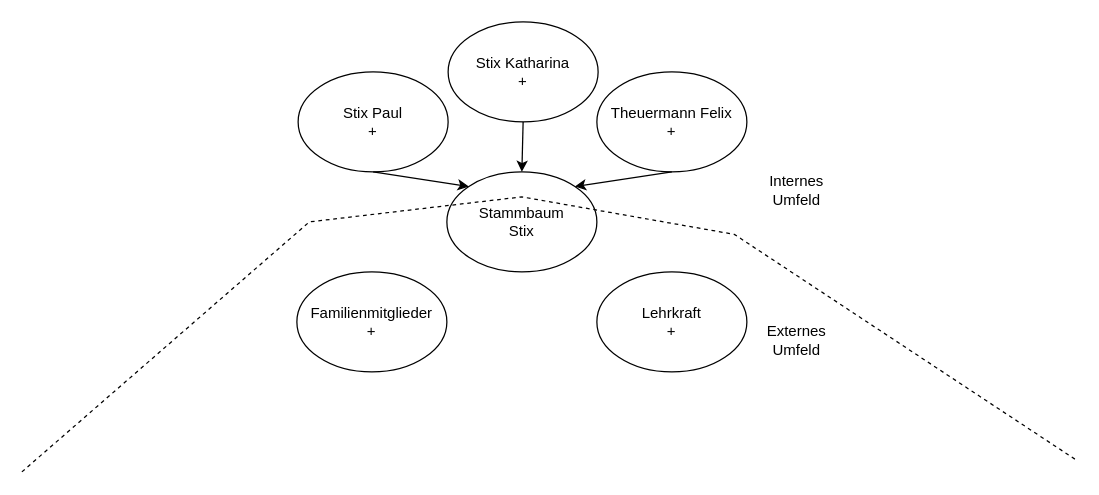
The draw.io diagram Projektumfeldanalyse.drawio in FelixTheuermann/DrawioRepository, before the edit. Source tidied: cells renumbered, new cells numbered last; positions are measured from the earlier drawing's top-left corner, leaving out a move shared by most shapes. Both pictures are drawn from the tidied source at 125%, with x=0, y=0 at pixel (21, 21).
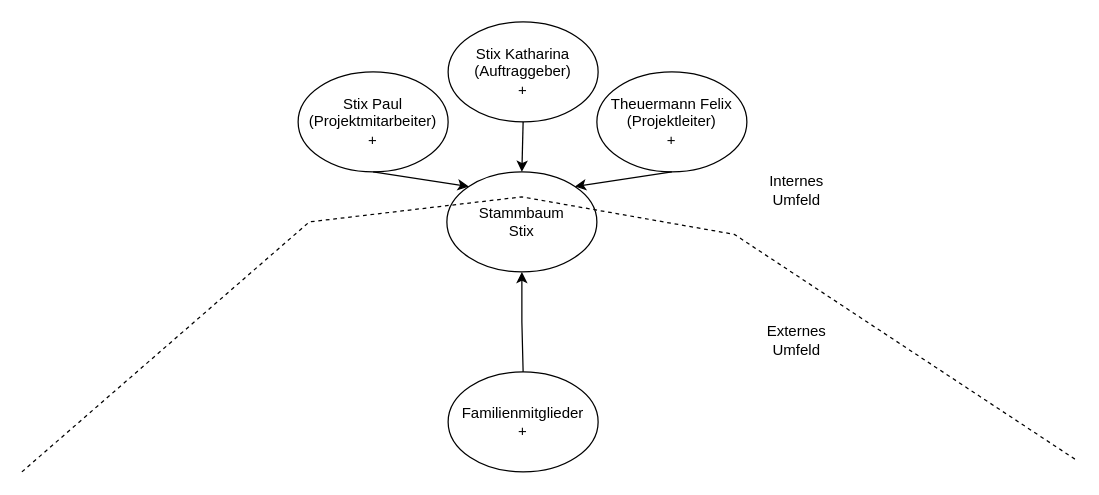
After the change.

The edit, as a diff of the source:
```diff
@@
 <mxGraphModel>
   <root>
     <mxCell id="0" />
     <mxCell id="1" parent="0" />
     <mxCell id="2" value="Stammbaum&lt;div&gt;Stix&lt;/div&gt;" style="ellipse;whiteSpace=wrap;html=1;" parent="1" vertex="1">
       <mxGeometry x="340" y="120" width="120" height="80" as="geometry" />
     </mxCell>
-    <mxCell id="3" value="Stix Katharina&lt;div&gt;+&lt;/div&gt;" style="ellipse;whiteSpace=wrap;html=1;" parent="1" vertex="1">
+    <mxCell id="3" value="Stix Katharina&lt;div&gt;(Auftraggeber)&lt;/div&gt;&lt;div&gt;+&lt;/div&gt;" style="ellipse;whiteSpace=wrap;html=1;" parent="1" vertex="1">
       <mxGeometry x="341" width="120" height="80" as="geometry" />
     </mxCell>
-    <mxCell id="4" value="Stix Paul&lt;div&gt;+&lt;/div&gt;" style="ellipse;whiteSpace=wrap;html=1;" parent="1" vertex="1">
+    <mxCell id="4" value="Stix Paul&lt;div&gt;(Projektmitarbeiter)&lt;/div&gt;&lt;div&gt;+&lt;/div&gt;" style="ellipse;whiteSpace=wrap;html=1;" parent="1" vertex="1">
       <mxGeometry x="221" y="40" width="120" height="80" as="geometry" />
     </mxCell>
-    <mxCell id="5" value="Theuermann Felix&lt;div&gt;+&lt;/div&gt;" style="ellipse;whiteSpace=wrap;html=1;" parent="1" vertex="1">
+    <mxCell id="5" value="Theuermann Felix&lt;div&gt;(Projektleiter)&lt;/div&gt;&lt;div&gt;+&lt;/div&gt;" style="ellipse;whiteSpace=wrap;html=1;" parent="1" vertex="1">
       <mxGeometry x="460" y="40" width="120" height="80" as="geometry" />
     </mxCell>
     <mxCell id="6" style="endArrow=classic;html=1;rounded=0;exitX=0.5;exitY=1;exitDx=0;exitDy=0;entryX=0.5;entryY=0;entryDx=0;entryDy=0;" parent="1" edge="1" source="3" target="2">
       <mxGeometry relative="1" as="geometry" />
     </mxCell>
     <mxCell id="7" style="endArrow=classic;html=1;rounded=0;exitX=0.5;exitY=1;exitDx=0;exitDy=0;entryX=0;entryY=0;entryDx=0;entryDy=0;" parent="1" edge="1" source="4" target="2">
       <mxGeometry relative="1" as="geometry" />
     </mxCell>
     <mxCell id="8" style="endArrow=classic;html=1;rounded=0;exitX=0.5;exitY=1;exitDx=0;exitDy=0;entryX=1;entryY=0;entryDx=0;entryDy=0;" parent="1" edge="1" source="5" target="2">
       <mxGeometry relative="1" as="geometry" />
     </mxCell>
     <mxCell id="9" style="endArrow=none;dashed=1;html=1;rounded=0;" parent="1" edge="1">
       <mxGeometry relative="1" as="geometry">
         <mxPoint y="360" as="sourcePoint" />
         <mxPoint x="842.7" y="350" as="targetPoint" />
         <Array as="points">
           <mxPoint x="230" y="160" />
           <mxPoint x="400" y="140" />
           <mxPoint x="570" y="170" />
         </Array>
       </mxGeometry>
     </mxCell>
     <mxCell id="10" value="Familienmitglieder&lt;div&gt;+&lt;/div&gt;" style="ellipse;whiteSpace=wrap;html=1;" parent="1" vertex="1">
-      <mxGeometry x="220" y="200" width="120" height="80" as="geometry" />
+      <mxGeometry x="341" y="280" width="120" height="80" as="geometry" />
     </mxCell>
-    <mxCell id="11" value="Lehrkraft&lt;div&gt;+&lt;/div&gt;" style="ellipse;whiteSpace=wrap;html=1;" parent="1" vertex="1">
-      <mxGeometry x="460" y="200" width="120" height="80" as="geometry" />
-    </mxCell>
     <mxCell id="12" value="Internes Umfeld" style="text;html=1;align=center;verticalAlign=middle;whiteSpace=wrap;rounded=0;" parent="1" vertex="1">
       <mxGeometry x="590" y="120" width="60" height="30" as="geometry" />
     </mxCell>
     <mxCell id="13" value="Externes Umfeld" style="text;html=1;align=center;verticalAlign=middle;whiteSpace=wrap;rounded=0;" parent="1" vertex="1">
       <mxGeometry x="590" y="240" width="60" height="30" as="geometry" />
     </mxCell>
+    <mxCell id="14" style="endArrow=classic;html=1;rounded=0;exitX=0.5;exitY=0;exitDx=0;exitDy=0;" parent="1" edge="1" source="10">
+      <mxGeometry relative="1" as="geometry">
+        <mxPoint x="400" y="200" as="targetPoint" />
+        <Array as="points">
+          <mxPoint x="400" y="240" />
+        </Array>
+      </mxGeometry>
+    </mxCell>
   </root>
 </mxGraphModel>
```
